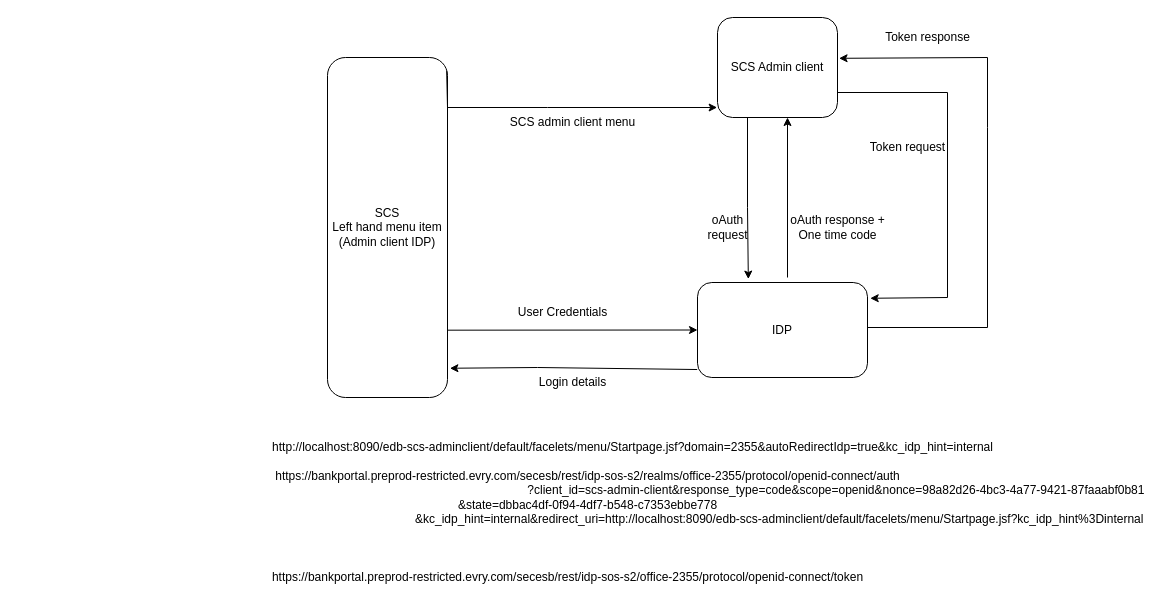
Above: Untitled Diagram.drawio in ankit-tiwari-tietoevry/ankittiwari0105 (draw.io), before the change. Source tidied: cells renumbered, new cells numbered last; positions are measured from the earlier drawing's top-left corner, leaving out a move shared by most shapes. Both pictures are drawn from the tidied source at 100%, with x=0, y=0 at pixel (17, 17).
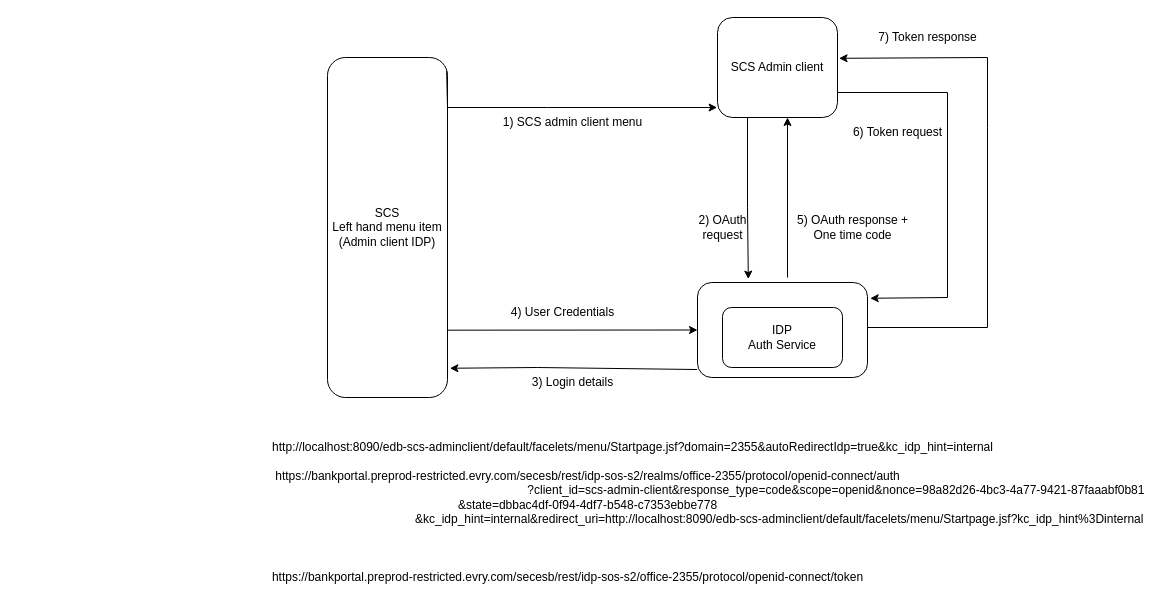
The same page after the edit.

Change to the diagram source:
```diff
@@
-    <mxCell id="3" value="IDP" style="rounded=1;whiteSpace=wrap;html=1;" parent="1" vertex="1">
+    <mxCell id="3" style="rounded=1;whiteSpace=wrap;html=1;" parent="1" vertex="1">
       <mxGeometry x="680" y="265" width="170" height="95" as="geometry" />
     </mxCell>
@@
-    <mxCell id="6" value="SCS admin client menu" style="text;html=1;align=center;verticalAlign=middle;strokeColor=none;fillColor=none;" parent="1" vertex="1">
-      <mxGeometry x="480" y="90" width="150" height="30" as="geometry" />
+    <mxCell id="6" value="1) SCS admin client menu" style="text;html=1;align=center;verticalAlign=middle;strokeColor=none;fillColor=none;" parent="1" vertex="1">
+      <mxGeometry x="475" y="90" width="160" height="30" as="geometry" />
     </mxCell>
@@
-    <mxCell id="9" value="oAuth&lt;br&gt;request" style="text;html=1;align=center;verticalAlign=middle;strokeColor=none;fillColor=none;" parent="1" vertex="1">
-      <mxGeometry x="680" y="190" width="60" height="40" as="geometry" />
+    <mxCell id="9" value="2) OAuth&lt;br&gt;request" style="text;html=1;align=center;verticalAlign=middle;strokeColor=none;fillColor=none;" parent="1" vertex="1">
+      <mxGeometry x="670" y="190" width="70" height="40" as="geometry" />
     </mxCell>
@@
-    <mxCell id="12" value="Login details" style="text;html=1;align=center;verticalAlign=middle;strokeColor=none;fillColor=none;" parent="1" vertex="1">
-      <mxGeometry x="510" y="350" width="90" height="30" as="geometry" />
+    <mxCell id="12" value="3) Login details" style="text;html=1;align=center;verticalAlign=middle;strokeColor=none;fillColor=none;" parent="1" vertex="1">
+      <mxGeometry x="505" y="350" width="100" height="30" as="geometry" />
     </mxCell>
-    <mxCell id="13" value="User Credentials" style="text;html=1;align=center;verticalAlign=middle;strokeColor=none;fillColor=none;" parent="1" vertex="1">
-      <mxGeometry x="490" y="280" width="110" height="30" as="geometry" />
+    <mxCell id="13" value="4) User Credentials" style="text;html=1;align=center;verticalAlign=middle;strokeColor=none;fillColor=none;" parent="1" vertex="1">
+      <mxGeometry x="480" y="280" width="130" height="30" as="geometry" />
     </mxCell>
-    <mxCell id="14" value="oAuth response +&lt;br&gt;One time code" style="text;html=1;align=center;verticalAlign=middle;strokeColor=none;fillColor=none;" parent="1" vertex="1">
-      <mxGeometry x="760" y="190" width="120" height="40" as="geometry" />
+    <mxCell id="14" value="5) OAuth response +&lt;br&gt;One time code" style="text;html=1;align=center;verticalAlign=middle;strokeColor=none;fillColor=none;" parent="1" vertex="1">
+      <mxGeometry x="770" y="190" width="130" height="40" as="geometry" />
     </mxCell>
@@
-    <mxCell id="17" value="Token request" style="text;html=1;align=center;verticalAlign=middle;strokeColor=none;fillColor=none;" parent="1" vertex="1">
-      <mxGeometry x="840" y="115" width="100" height="30" as="geometry" />
+    <mxCell id="17" value="6) Token request" style="text;html=1;align=center;verticalAlign=middle;strokeColor=none;fillColor=none;" parent="1" vertex="1">
+      <mxGeometry x="825" y="100" width="110" height="30" as="geometry" />
     </mxCell>
-    <mxCell id="18" value="Token response" style="text;html=1;align=center;verticalAlign=middle;strokeColor=none;fillColor=none;" parent="1" vertex="1">
-      <mxGeometry x="855" y="5" width="110" height="30" as="geometry" />
+    <mxCell id="18" value="7) Token response" style="text;html=1;align=center;verticalAlign=middle;strokeColor=none;fillColor=none;" parent="1" vertex="1">
+      <mxGeometry x="850" y="5" width="120" height="30" as="geometry" />
     </mxCell>
-    <mxCell id="19" value="http://localhost:8090/edb-scs-adminclient/default/facelets/menu/Startpage.jsf?domain=2355&amp;amp;autoRedirectIdp=true&amp;amp;kc_idp_hint=internal" style="text;html=1;align=center;verticalAlign=middle;strokeColor=none;fillColor=none;" parent="1" vertex="1">
+    <mxCell id="19" value="http://localhost:8090/edb-scs-adminclient/default/facelets/menu/Startpage.jsf?domain=2355&amp;amp;autoRedirectIdp=true&amp;amp;kc_idp_hint=internal" style="text;html=1;align=center;verticalAlign=middle;strokeColor=none;fillColor=none;shadow=1;" parent="1" vertex="1">
       <mxGeometry x="245" y="415" width="740" height="30" as="geometry" />
     </mxCell>
@@
+    <mxCell id="22" value="IDP&lt;br&gt;Auth Service" style="rounded=1;whiteSpace=wrap;html=1;" parent="1" vertex="1">
+      <mxGeometry x="705" y="290" width="120" height="60" as="geometry" />
+    </mxCell>
```
